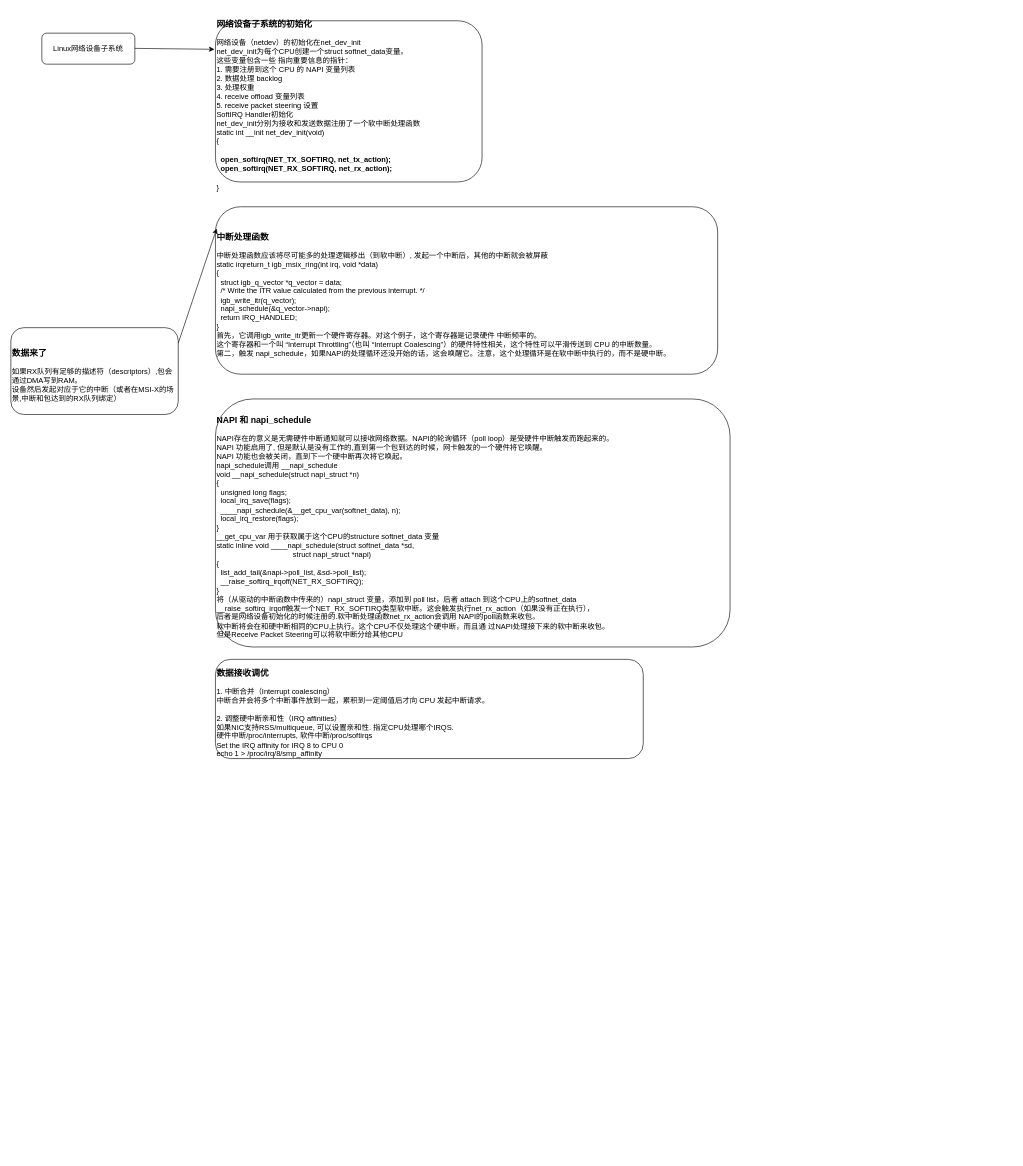
This is network_rx_protocol.drawio from bjqhfd/draw, a draw.io file, before an edit. Source tidied: cells renumbered, new cells numbered last; positions are measured from the earlier drawing's top-left corner, leaving out a move shared by most shapes. Both pictures are drawn from the tidied source at 62%, with x=0, y=0 at pixel (11, 20).
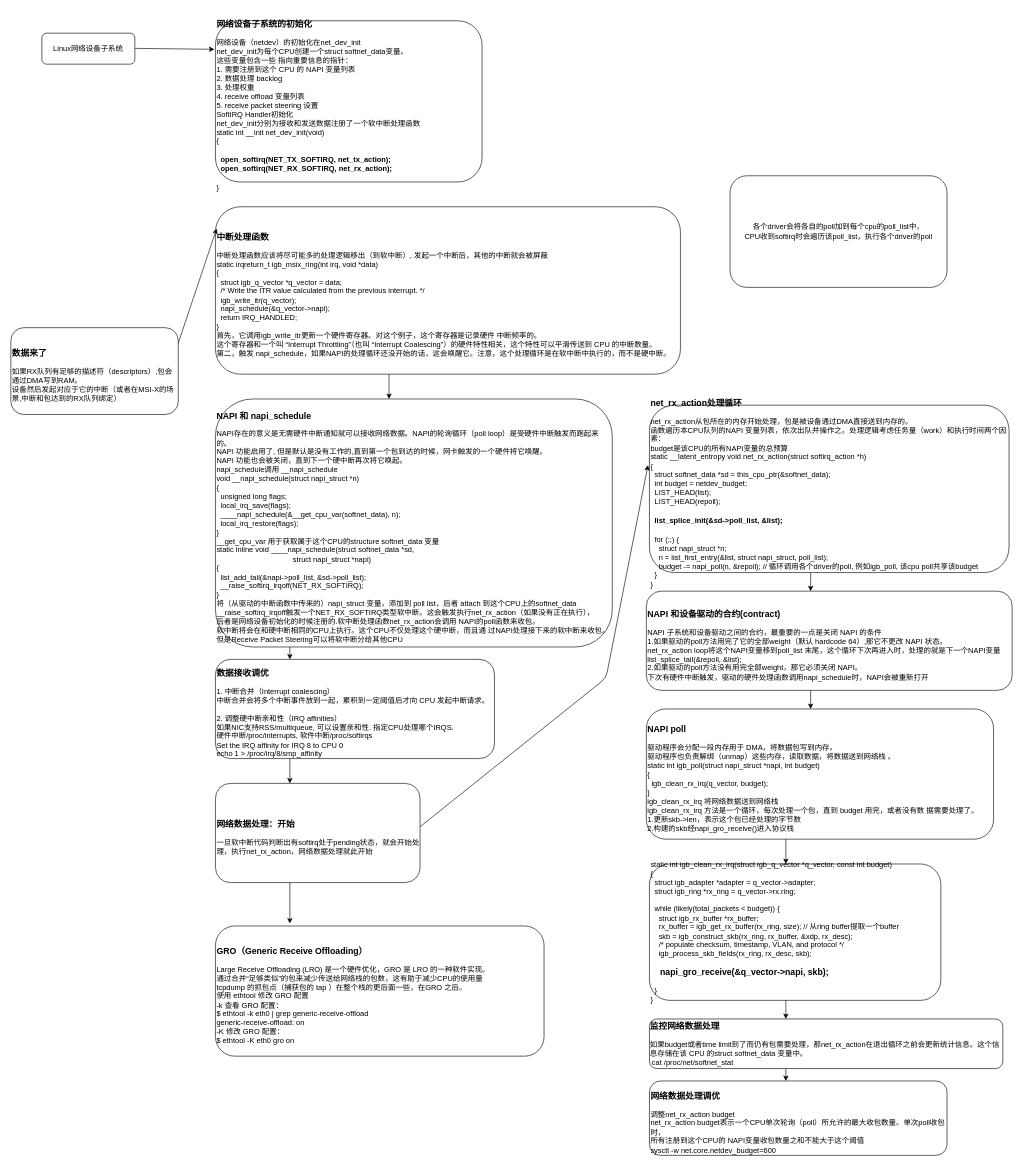
The same diagram, later.

The edit, as a diff of the source:
```diff
@@
     <mxCell id="6" value="&lt;h3&gt;中断处理函数&lt;/h3&gt;&lt;div&gt;中断处理函数应该将尽可能多的处理逻辑移出（到软中断）, 发起一个中断后，其他的中断就会被屏蔽&lt;/div&gt;&lt;div&gt;static irqreturn_t igb_msix_ring(int irq, void *data)&lt;/div&gt;&lt;div&gt;{&lt;/div&gt;&lt;div&gt;&amp;nbsp; struct igb_q_vector *q_vector = data;&lt;/div&gt;&lt;div&gt;&amp;nbsp; /* Write the ITR value calculated from the previous interrupt. */&lt;/div&gt;&lt;div&gt;&amp;nbsp; igb_write_itr(q_vector);&lt;/div&gt;&lt;div&gt;&amp;nbsp; napi_schedule(&amp;amp;q_vector-&amp;gt;napi);&lt;/div&gt;&lt;div&gt;&amp;nbsp; return IRQ_HANDLED;&lt;/div&gt;&lt;div&gt;}&lt;/div&gt;&lt;div&gt;首先，它调用igb_write_itr更新一个硬件寄存器。对这个例子，这个寄存器是记录硬件 中断频率的。&lt;/div&gt;&lt;div&gt;这个寄存器和一个叫 “Interrupt Throttling”（也叫 “Interrupt Coalescing”）的硬件特性相关，这个特性可以平滑传送到 CPU 的中断数量。&lt;/div&gt;&lt;div&gt;第二，触发 napi_schedule，如果NAPI的处理循环还没开始的话，这会唤醒它。注意，这个处理循环是在软中断中执行的，而不是硬中断。&lt;/div&gt;" style="rounded=1;whiteSpace=wrap;html=1;align=left;" parent="1" vertex="1">
-      <mxGeometry x="330" y="300" width="810" height="270" as="geometry" />
+      <mxGeometry x="330" y="300" width="750" height="270" as="geometry" />
     </mxCell>
     <mxCell id="7" value="&lt;h3&gt;NAPI 和 napi_schedule&lt;/h3&gt;&lt;div&gt;NAPI存在的意义是无需硬件中断通知就可以接收网络数据。NAPI的轮询循环（poll loop）是受硬件中断触发而跑起来的。&lt;/div&gt;&lt;div&gt;NAPI 功能启用了, 但是默认是没有工作的,直到第一个包到达的时候，网卡触发的一个硬件将它唤醒。&lt;/div&gt;&lt;div&gt;NAPI 功能也会被关闭，直到下一个硬中断再次将它唤起。&lt;/div&gt;&lt;div&gt;napi_schedule调用 __napi_schedule&lt;/div&gt;&lt;div&gt;void __napi_schedule(struct napi_struct *n)&lt;/div&gt;&lt;div&gt;{&lt;/div&gt;&lt;div&gt;&amp;nbsp; unsigned long flags;&lt;/div&gt;&lt;div&gt;&amp;nbsp; local_irq_save(flags);&lt;/div&gt;&lt;div&gt;&amp;nbsp; ____napi_schedule(&amp;amp;__get_cpu_var(softnet_data), n);&lt;/div&gt;&lt;div&gt;&amp;nbsp; local_irq_restore(flags);&lt;/div&gt;&lt;div&gt;}&lt;/div&gt;&lt;div&gt;__get_cpu_var 用于获取属于这个CPU的structure softnet_data 变量&lt;/div&gt;&lt;div&gt;static inline void ____napi_schedule(struct softnet_data *sd,&lt;/div&gt;&lt;div&gt;&amp;nbsp; &amp;nbsp; &amp;nbsp; &amp;nbsp; &amp;nbsp; &amp;nbsp; &amp;nbsp; &amp;nbsp; &amp;nbsp; &amp;nbsp; &amp;nbsp; &amp;nbsp; &amp;nbsp; &amp;nbsp; &amp;nbsp; &amp;nbsp; &amp;nbsp; &amp;nbsp; &amp;nbsp;struct napi_struct *napi)&lt;/div&gt;&lt;div&gt;{&lt;/div&gt;&lt;div&gt;&amp;nbsp; list_add_tail(&amp;amp;napi-&amp;gt;poll_list, &amp;amp;sd-&amp;gt;poll_list);&lt;/div&gt;&lt;div&gt;&amp;nbsp; __raise_softirq_irqoff(NET_RX_SOFTIRQ);&lt;/div&gt;&lt;div&gt;}&lt;/div&gt;&lt;div&gt;将（从驱动的中断函数中传来的）napi_struct 变量，添加到 poll list，后者 attach 到这个CPU上的softnet_data&lt;/div&gt;&lt;div&gt;__raise_softirq_irqoff触发一个NET_RX_SOFTIRQ类型软中断。这会触发执行net_rx_action（如果没有正在执行），&lt;/div&gt;&lt;div&gt;后者是网络设备初始化的时候注册的.软中断处理函数net_rx_action会调用 NAPI的poll函数来收包。&lt;/div&gt;&lt;div&gt;&lt;div&gt;软中断将会在和硬中断相同的CPU上执行。这个CPU不仅处理这个硬中断，而且通 过NAPI处理接下来的软中断来收包。&lt;/div&gt;&lt;div&gt;但是Receive Packet Steering可以将软中断分给其他CPU&lt;/div&gt;&lt;/div&gt;" style="rounded=1;whiteSpace=wrap;html=1;align=left;" parent="1" vertex="1">
-      <mxGeometry x="330" y="610" width="830" height="400" as="geometry" />
+      <mxGeometry x="330" y="610" width="640" height="400" as="geometry" />
     </mxCell>
@@
     <mxCell id="9" value="&lt;h3&gt;数据接收调优&lt;/h3&gt;&lt;div&gt;1. 中断合并（Interrupt coalescing）&lt;/div&gt;&lt;div&gt;中断合并会将多个中断事件放到一起，累积到一定阈值后才向 CPU 发起中断请求。&lt;/div&gt;&lt;div&gt;&lt;br&gt;&lt;/div&gt;&lt;div&gt;2. 调整硬中断亲和性（IRQ affinities）&lt;/div&gt;&lt;div&gt;如果NIC支持RSS/multiqueue, 可以设置亲和性. 指定CPU处理哪个IRQS.&lt;/div&gt;&lt;div&gt;硬件中断/proc/interrupts, 软件中断/proc/softirqs&lt;/div&gt;&lt;div&gt;Set the IRQ affinity for IRQ 8 to CPU 0&lt;/div&gt;&lt;div&gt;echo 1 &amp;gt; /proc/irq/8/smp_affinity&lt;/div&gt;" style="rounded=1;whiteSpace=wrap;html=1;align=left;" parent="1" vertex="1">
-      <mxGeometry x="330" y="1030" width="690" height="160" as="geometry" />
+      <mxGeometry x="330" y="1030" width="450" height="160" as="geometry" />
     </mxCell>
+    <mxCell id="10" value="&lt;h3&gt;网络数据处理：开始&lt;/h3&gt;&lt;div&gt;一旦软中断代码判断出有softirq处于pending状态，就会开始处理，执行net_rx_action，网络数据处理就此开始&lt;/div&gt;" style="rounded=1;whiteSpace=wrap;html=1;align=left;" parent="1" vertex="1">
+      <mxGeometry x="330" y="1230" width="330" height="160" as="geometry" />
+    </mxCell>
+    <mxCell id="11" style="endArrow=classic;html=1;" parent="1" edge="1">
+      <mxGeometry relative="1" as="geometry">
+        <mxPoint x="610" y="570" as="sourcePoint" />
+        <mxPoint x="610" y="610" as="targetPoint" />
+      </mxGeometry>
+    </mxCell>
+    <mxCell id="12" style="endArrow=classic;html=1;" parent="1" edge="1">
+      <mxGeometry relative="1" as="geometry">
+        <mxPoint x="450" y="1190" as="sourcePoint" />
+        <mxPoint x="450" y="1230" as="targetPoint" />
+      </mxGeometry>
+    </mxCell>
+    <mxCell id="13" style="endArrow=classic;html=1;" parent="1" edge="1">
+      <mxGeometry relative="1" as="geometry">
+        <mxPoint x="450" y="1010" as="sourcePoint" />
+        <mxPoint x="450" y="1030" as="targetPoint" />
+      </mxGeometry>
+    </mxCell>
+    <mxCell id="14" value="&lt;h3&gt;net_rx_action处理循环&lt;/h3&gt;&lt;div&gt;net_rx_action从包所在的内存开始处理，包是被设备通过DMA直接送到内存的。&lt;/div&gt;&lt;div&gt;函数遍历本CPU队列的NAPI 变量列表，依次出队并操作之。处理逻辑考虑任务量（work）和执行时间两个因素：&lt;/div&gt;&lt;div&gt;budget是该CPU的所有NAPI变量的总预算&lt;/div&gt;&lt;div&gt;static __latent_entropy void net_rx_action(struct softirq_action *h)&lt;/div&gt;&lt;div&gt;{&lt;/div&gt;&lt;div&gt;&amp;nbsp; struct softnet_data *sd = this_cpu_ptr(&amp;amp;softnet_data);&lt;/div&gt;&lt;div&gt;&amp;nbsp; int budget = netdev_budget;&lt;/div&gt;&lt;div&gt;&amp;nbsp; LIST_HEAD(list);&lt;/div&gt;&lt;div&gt;&amp;nbsp; LIST_HEAD(repoll);&lt;/div&gt;&lt;h4&gt;&amp;nbsp; list_splice_init(&amp;amp;sd-&amp;gt;poll_list, &amp;amp;list);&lt;/h4&gt;&lt;div&gt;&amp;nbsp; for (;;) {&lt;/div&gt;&lt;div&gt;&amp;nbsp; &amp;nbsp; struct napi_struct *n;&lt;/div&gt;&lt;div&gt;&amp;nbsp; &amp;nbsp; n = list_first_entry(&amp;amp;list, struct napi_struct, poll_list);&lt;/div&gt;&lt;div&gt;&amp;nbsp; &amp;nbsp; budget -= napi_poll(n, &amp;amp;repoll); // 循环调用各个driver的poll, 例如igb_poll, 该cpu poll共享该budget&lt;/div&gt;&lt;div&gt;&amp;nbsp; }&lt;/div&gt;&lt;div&gt;}&lt;/div&gt;" style="rounded=1;whiteSpace=wrap;html=1;align=left;" parent="1" vertex="1">
+      <mxGeometry x="1030" y="620" width="580" height="270" as="geometry" />
+    </mxCell>
+    <mxCell id="15" style="endArrow=classic;html=1;entryX=-0.004;entryY=0.358;entryDx=0;entryDy=0;entryPerimeter=0;" parent="1" edge="1" target="14">
+      <mxGeometry relative="1" as="geometry">
+        <mxPoint x="660" y="1300" as="sourcePoint" />
+        <Array as="points">
+          <mxPoint x="960" y="1060" />
+        </Array>
+      </mxGeometry>
+    </mxCell>
+    <mxCell id="16" value="&lt;h3&gt;NAPI 和设备驱动的合约(contract)&lt;/h3&gt;&lt;div&gt;NAPI 子系统和设备驱动之间的合约，最重要的一点是关闭 NAPI 的条件&lt;/div&gt;&lt;div&gt;1.如果驱动的poll方法用完了它的全部weight（默认 hardcode 64）,那它不更改 NAPI 状态。&lt;/div&gt;&lt;div&gt;net_rx_action loop将这个NAPI变量移到poll_list 末尾，这个循环下次再进入时，处理的就是下一个NAPI变量&lt;/div&gt;&lt;div&gt;list_splice_tail(&amp;amp;repoll, &amp;amp;list);&lt;br&gt;&lt;/div&gt;&lt;div&gt;2.如果驱动的poll方法没有用完全部weight，那它必须关闭 NAPI。&lt;/div&gt;&lt;div&gt;下次有硬件中断触发，驱动的硬件处理函数调用napi_schedule时，NAPI会被重新打开&lt;/div&gt;" style="rounded=1;whiteSpace=wrap;html=1;align=left;" parent="1" vertex="1">
+      <mxGeometry x="1025" y="920" width="590" height="160" as="geometry" />
+    </mxCell>
+    <mxCell id="17" value="&lt;h3&gt;NAPI poll&lt;/h3&gt;&lt;div&gt;驱动程序会分配一段内存用于 DMA，将数据包写到内存。&lt;/div&gt;&lt;div&gt;驱动程序也负责解绑（unmap）这些内存，读取数据，将数据送到网络栈 。&lt;/div&gt;&lt;div&gt;static int igb_poll(struct napi_struct *napi, int budget)&lt;/div&gt;&lt;div&gt;{&lt;/div&gt;&lt;div&gt;&amp;nbsp; igb_clean_rx_irq(q_vector, budget);&lt;/div&gt;&lt;div&gt;}&lt;/div&gt;&lt;div&gt;igb_clean_rx_irq 将网络数据送到网络栈&lt;/div&gt;&lt;div&gt;igb_clean_rx_irq 方法是一个循环，每次处理一个包，直到 budget 用完，或者没有数 据需要处理了。&lt;/div&gt;&lt;div&gt;1.更新skb-&amp;gt;len，表示这个包已经处理的字节数&lt;/div&gt;&lt;div&gt;2.构建的skb经napi_gro_receive()进入协议栈&lt;/div&gt;" style="rounded=1;whiteSpace=wrap;html=1;align=left;" parent="1" vertex="1">
+      <mxGeometry x="1025" y="1110" width="560" height="210" as="geometry" />
+    </mxCell>
+    <mxCell id="18" style="endArrow=classic;html=1;" parent="1" edge="1">
+      <mxGeometry relative="1" as="geometry">
+        <mxPoint x="1290" y="890" as="sourcePoint" />
+        <mxPoint x="1290" y="920" as="targetPoint" />
+      </mxGeometry>
+    </mxCell>
+    <mxCell id="19" style="endArrow=classic;html=1;" parent="1" edge="1">
+      <mxGeometry relative="1" as="geometry">
+        <mxPoint x="1290" y="1080" as="sourcePoint" />
+        <mxPoint x="1290" y="1110" as="targetPoint" />
+      </mxGeometry>
+    </mxCell>
+    <mxCell id="20" value="&lt;div&gt;static int igb_clean_rx_irq(struct igb_q_vector *q_vector, const int budget)&lt;/div&gt;&lt;div&gt;{&lt;/div&gt;&lt;div&gt;&amp;nbsp; struct igb_adapter *adapter = q_vector-&amp;gt;adapter;&lt;/div&gt;&lt;div&gt;&amp;nbsp; struct igb_ring *rx_ring = q_vector-&amp;gt;rx.ring;&lt;/div&gt;&lt;div&gt;&lt;br&gt;&lt;/div&gt;&lt;div&gt;&amp;nbsp; while (likely(total_packets &amp;lt; budget)) {&lt;/div&gt;&lt;div&gt;&amp;nbsp; &amp;nbsp; struct igb_rx_buffer *rx_buffer;&lt;/div&gt;&lt;div&gt;&amp;nbsp; &amp;nbsp; rx_buffer = igb_get_rx_buffer(rx_ring, size); // 从ring buffer提取一个buffer&lt;/div&gt;&lt;div&gt;&amp;nbsp; &amp;nbsp; skb = igb_construct_skb(rx_ring, rx_buffer, &amp;amp;xdp, rx_desc);&lt;/div&gt;&lt;div&gt;&amp;nbsp; &amp;nbsp; /* populate checksum, timestamp, VLAN, and protocol */&lt;/div&gt;&lt;div&gt;&amp;nbsp; &amp;nbsp; igb_process_skb_fields(rx_ring, rx_desc, skb);&lt;/div&gt;&lt;h3&gt;&amp;nbsp; &amp;nbsp; napi_gro_receive(&amp;amp;q_vector-&amp;gt;napi, skb);&lt;/h3&gt;&lt;div&gt;&amp;nbsp; }&lt;/div&gt;&lt;div&gt;}&lt;/div&gt;" style="rounded=1;whiteSpace=wrap;html=1;align=left;" parent="1" vertex="1">
+      <mxGeometry x="1030" y="1360" width="470" height="220" as="geometry" />
+    </mxCell>
+    <mxCell id="21" style="endArrow=classic;html=1;" parent="1" edge="1">
+      <mxGeometry relative="1" as="geometry">
+        <mxPoint x="1250" y="1320" as="sourcePoint" />
+        <mxPoint x="1250" y="1360" as="targetPoint" />
+      </mxGeometry>
+    </mxCell>
+    <mxCell id="22" value="&lt;h3 style=&quot;text-align: left&quot;&gt;监控网络数据处理&lt;/h3&gt;&lt;div style=&quot;text-align: left&quot;&gt;如果budget或者time limit到了而仍有包需要处理，那net_rx_action在退出循环之前会更新统计信息。这个信息存储在该 CPU 的struct softnet_data 变量中。&lt;/div&gt;&lt;div style=&quot;text-align: left&quot;&gt;&amp;nbsp;cat /proc/net/softnet_stat&lt;/div&gt;&lt;div&gt;&lt;br&gt;&lt;/div&gt;" style="rounded=1;whiteSpace=wrap;html=1;" parent="1" vertex="1">
+      <mxGeometry x="1030" y="1610" width="570" height="80" as="geometry" />
+    </mxCell>
+    <mxCell id="23" value="&lt;h3&gt;网络数据处理调优&lt;/h3&gt;&lt;div&gt;调整net_rx_action budget&lt;/div&gt;&lt;div&gt;net_rx_action budget表示一个CPU单次轮询（poll）所允许的最大收包数量。单次poll收包时，&lt;/div&gt;&lt;div&gt;所有注册到这个CPU的 NAPI变量收包数量之和不能大于这个阈值&lt;/div&gt;&lt;div&gt;sysctl -w net.core.netdev_budget=600&lt;/div&gt;" style="rounded=1;whiteSpace=wrap;html=1;align=left;" parent="1" vertex="1">
+      <mxGeometry x="1030" y="1710" width="480" height="120" as="geometry" />
+    </mxCell>
+    <mxCell id="24" style="endArrow=classic;html=1;" parent="1" edge="1">
+      <mxGeometry relative="1" as="geometry">
+        <mxPoint x="1250" y="1580" as="sourcePoint" />
+        <mxPoint x="1250" y="1610" as="targetPoint" />
+      </mxGeometry>
+    </mxCell>
+    <mxCell id="25" style="endArrow=classic;html=1;" parent="1" edge="1">
+      <mxGeometry relative="1" as="geometry">
+        <mxPoint x="1250" y="1690" as="sourcePoint" />
+        <mxPoint x="1250" y="1710" as="targetPoint" />
+      </mxGeometry>
+    </mxCell>
+    <mxCell id="26" value="&lt;h3&gt;GRO（Generic Receive Offloading）&lt;/h3&gt;&lt;div&gt;Large Receive Offloading (LRO) 是一个硬件优化，GRO 是 LRO 的一种软件实现。&lt;/div&gt;&lt;div&gt;通过合并“足够类似”的包来减少传送给网络栈的包数，这有助于减少CPU的使用量&lt;/div&gt;&lt;div&gt;tcpdump 的抓包点（捕获包的 tap ）在整个栈的更后面一些，在GRO 之后。&lt;/div&gt;&lt;div&gt;使用 ethtool 修改 GRO 配置&lt;/div&gt;&lt;div&gt;-k 查看 GRO 配置：&lt;/div&gt;&lt;div&gt;$ ethtool -k eth0 | grep generic-receive-offload&lt;/div&gt;&lt;div&gt;generic-receive-offload: on&lt;/div&gt;&lt;div&gt;-K 修改 GRO 配置：&lt;/div&gt;&lt;div&gt;$ ethtool -K eth0 gro on&lt;/div&gt;" style="rounded=1;whiteSpace=wrap;html=1;align=left;" parent="1" vertex="1">
+      <mxGeometry x="330" y="1460" width="530" height="210" as="geometry" />
+    </mxCell>
+    <mxCell id="27" style="endArrow=classic;html=1;" parent="1" edge="1">
+      <mxGeometry relative="1" as="geometry">
+        <mxPoint x="450" y="1390" as="sourcePoint" />
+        <mxPoint x="450" y="1456" as="targetPoint" />
+      </mxGeometry>
+    </mxCell>
+    <mxCell id="28" value="各个driver会将各自的poll加到每个cpu的poll_list中，&lt;br&gt;CPU收到softirq时会遍历该poll_list，执行各个driver的poll" style="rounded=1;whiteSpace=wrap;html=1;" parent="1" vertex="1">
+      <mxGeometry x="1160" y="250" width="350" height="180" as="geometry" />
+    </mxCell>
```
